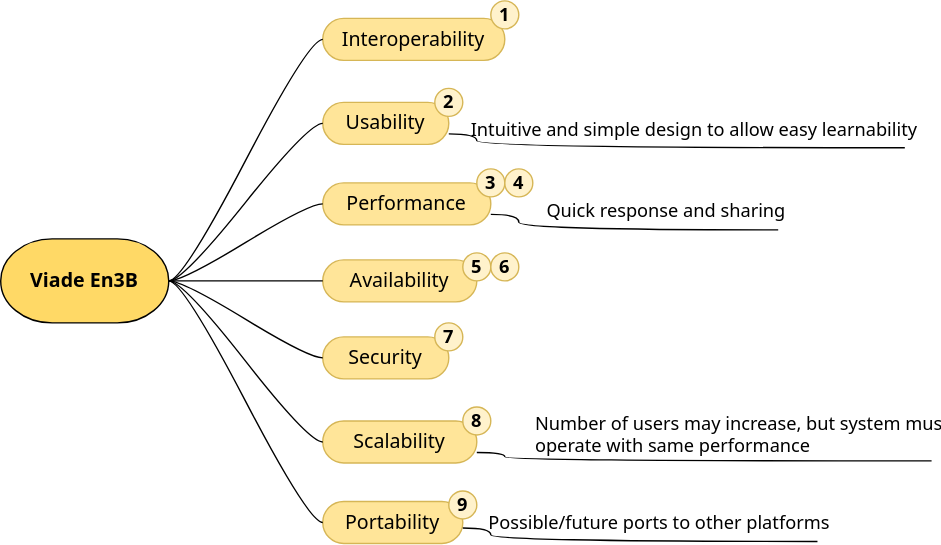
Above: src/docs/images/10_qualitytree.svg in labratests/viade_en3b1 (draw.io), before the change. Source tidied: cells renumbered, new cells last; positions are measured from the earlier drawing's top-left corner, leaving out a move shared by most shapes.
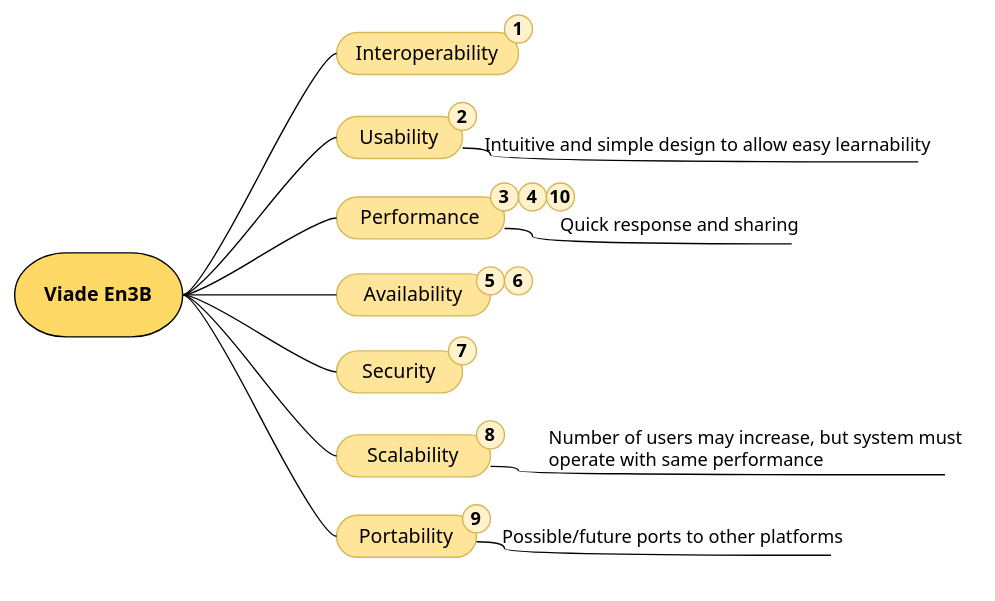
Later version of the same file.

Commit message:
Fixed problem with table

The edit, as a diff of the source:
```diff
@@ -100,5 +100,8 @@
     <mxCell id="33" value="&lt;b style=&quot;font-size: 13px&quot;&gt;9&lt;/b&gt;" style="ellipse;whiteSpace=wrap;html=1;fillColor=#fff2cc;strokeColor=#d6b656;fontFamily=Segoe UI;fontSize=13;" parent="1" vertex="1">
       <mxGeometry x="320" y="350" width="20" height="20" as="geometry" />
     </mxCell>
+    <mxCell id="34" value="&lt;b style=&quot;font-size: 13px&quot;&gt;10&lt;/b&gt;" style="ellipse;whiteSpace=wrap;html=1;fillColor=#fff2cc;strokeColor=#d6b656;fontFamily=Segoe UI;fontSize=13;" parent="1" vertex="1">
+      <mxGeometry x="380" y="120" width="20" height="20" as="geometry" />
+    </mxCell>
   </root>
 </mxGraphModel>
```
